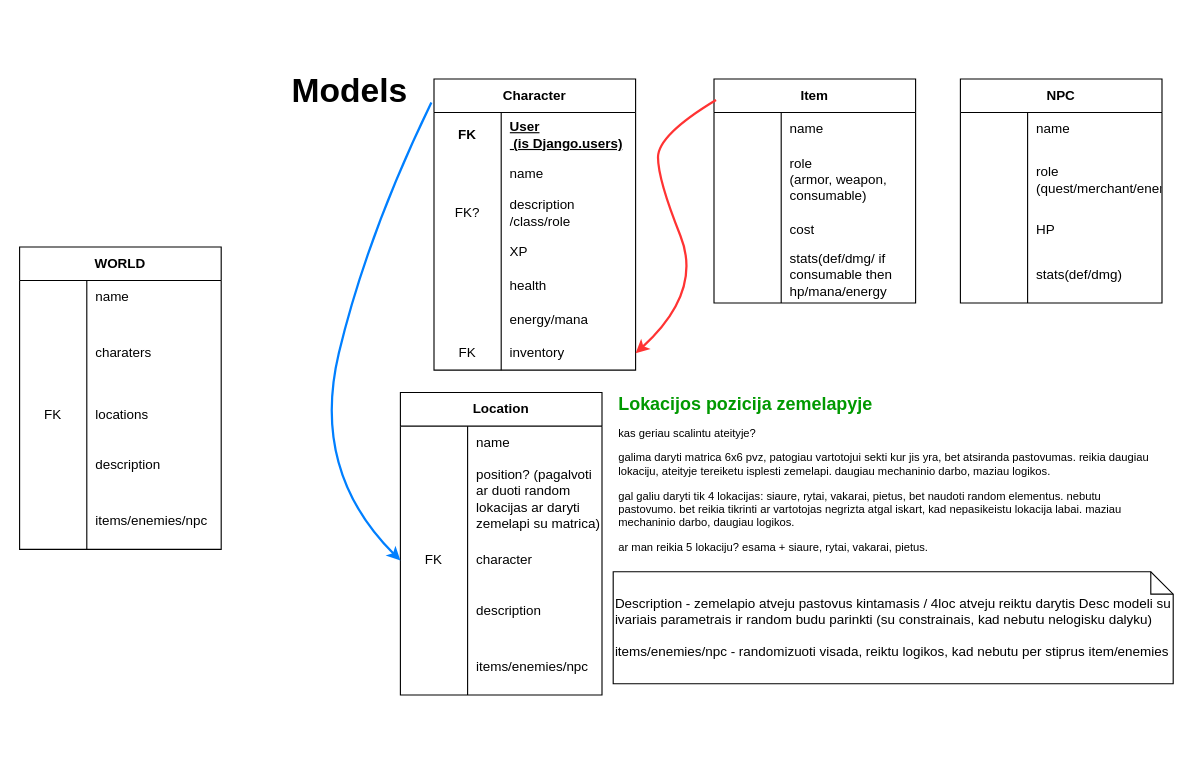
This is autoservisas/baigiamajam.drawio from trasher-is/autoservisas, a draw.io file, before an edit. Source tidied: cells renumbered, new cells numbered last; positions are measured from the earlier drawing's top-left corner, leaving out a move shared by most shapes. Both pictures are drawn from the tidied source at 112%, with x=0, y=0 at pixel (19, 67).
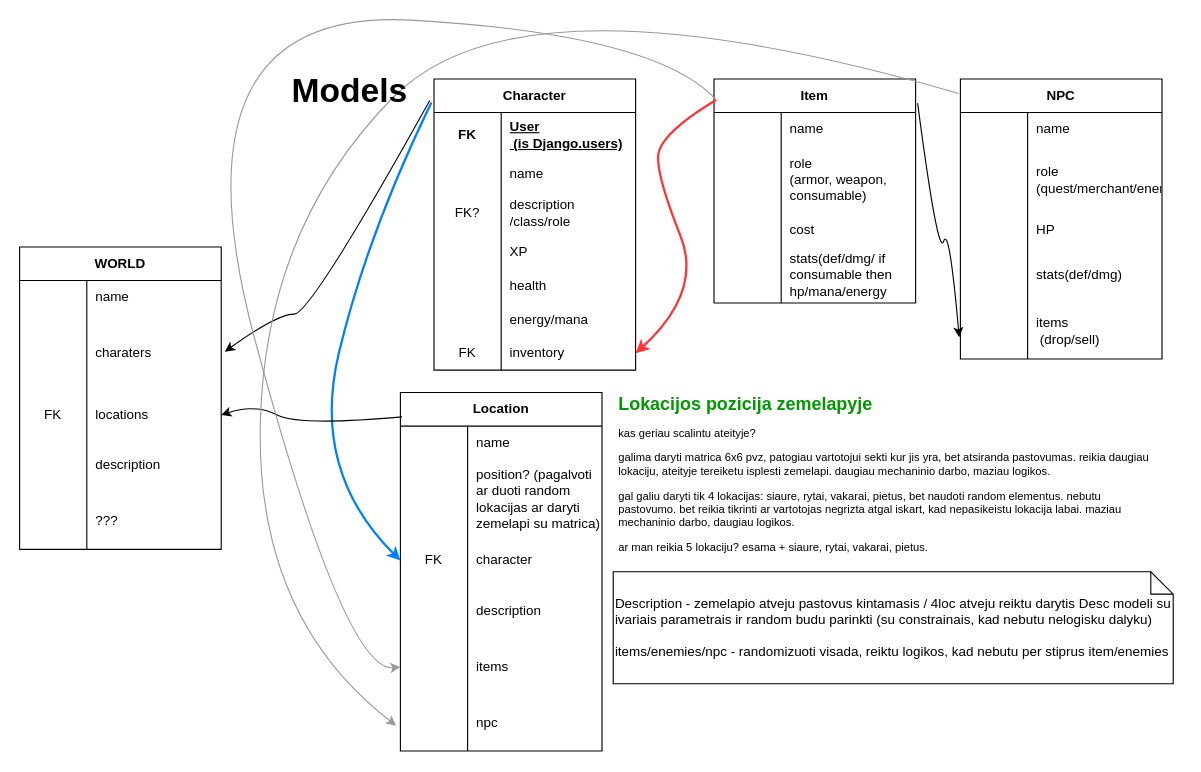
The same diagram, later.

The change refers to these unchanged cells:
```xml
<mxCell id="2" value="Character" style="shape=table;startSize=30;childLayout=tableLayout;rowLines=0;fontStyle=1;align=center;html=1;whiteSpace=wrap;points=[[0,0,0,0,0],[0,0.25,0,0,0],[0,0.5,0,0,0],[0,0.75,0,0,0],[0,1,0,0,0],[0.25,0,0,0,0],[0.25,1,0,0,0],[0.5,0,0,0,0],[0.5,1,0,0,0],[0.75,0,0,0,0],[0.75,1,0,0,0],[1,0,0,0,0],[1,0.25,0,0,0],[1,0.5,0,0,0],[1,0.75,0,0,0],[1,1,0,0,0]];" parent="1" vertex="1">
  <mxGeometry x="370" y="10" width="180" height="260" as="geometry" />
</mxCell>
<mxCell id="25" value="Item" style="shape=table;startSize=30;childLayout=tableLayout;rowLines=0;fontStyle=1;align=center;html=1;whiteSpace=wrap;points=[[0,0,0,0,0],[0,0.25,0,0,0],[0,0.5,0,0,0],[0,0.75,0,0,0],[0,1,0,0,0],[0.25,0,0,0,0],[0.25,1,0,0,0],[0.5,0,0,0,0],[0.5,1,0,0,0],[0.75,0,0,0,0],[0.75,1,0,0,0],[1,0,0,0,0],[1,0.25,0,0,0],[1,0.5,0,0,0],[1,0.75,0,0,0],[1,1,0,0,0]];" parent="1" vertex="1">
  <mxGeometry x="620" y="10" width="180" height="200" as="geometry" />
</mxCell>
<mxCell id="52" style="shape=tableRow;horizontal=0;startSize=0;swimlaneHead=0;swimlaneBody=0;fillColor=none;points=[[0,0.5],[1,0.5]];portConstraint=eastwest;top=0;left=0;right=0;bottom=0;html=1;" parent="39" vertex="1">
  <mxGeometry y="220" width="180" height="50" as="geometry" />
</mxCell>
<mxCell id="75" style="shape=tableRow;horizontal=0;startSize=0;swimlaneHead=0;swimlaneBody=0;fillColor=none;points=[[0,0.5],[1,0.5]];portConstraint=eastwest;top=0;left=0;right=0;bottom=0;html=1;" parent="71" vertex="1">
  <mxGeometry y="60" width="180" height="70" as="geometry" />
</mxCell>
<mxCell id="78" style="shape=tableRow;horizontal=0;startSize=0;swimlaneHead=0;swimlaneBody=0;fillColor=none;points=[[0,0.5],[1,0.5]];portConstraint=eastwest;top=0;left=0;right=0;bottom=0;html=1;" parent="71" vertex="1">
  <mxGeometry y="130" width="180" height="40" as="geometry" />
</mxCell>
<mxCell id="84" style="shape=tableRow;horizontal=0;startSize=0;swimlaneHead=0;swimlaneBody=0;fillColor=none;top=0;left=0;right=0;bottom=0;html=1;" parent="71" vertex="1">
  <mxGeometry y="220" width="180" height="50" as="geometry" />
</mxCell>
```

Change to the diagram source:
```diff
@@
-    <mxCell id="24" value="Models" style="text;html=1;strokeColor=none;fillColor=none;align=center;verticalAlign=middle;whiteSpace=wrap;rounded=0;fontSize=30;fontStyle=1;" parent="1" vertex="1">
-      <mxGeometry x="230" width="130" height="40" as="geometry" />
-    </mxCell>
@@
     <mxCell id="39" value="Location" style="shape=table;startSize=30;childLayout=tableLayout;rowLines=0;fontStyle=1;align=center;html=1;whiteSpace=wrap;points=[[0,0,0,0,0],[0,0.25,0,0,0],[0,0.5,0,0,0],[0,0.75,0,0,0],[0,1,0,0,0],[0.25,0,0,0,0],[0.25,1,0,0,0],[0.5,0,0,0,0],[0.5,1,0,0,0],[0.75,0,0,0,0],[0.75,1,0,0,0],[1,0,0,0,0],[1,0.25,0,0,0],[1,0.5,0,0,0],[1,0.75,0,0,0],[1,1,0,0,0]];" parent="1" vertex="1">
-      <mxGeometry x="340" y="290" width="180" height="270" as="geometry" />
+      <mxGeometry x="340" y="290" width="180" height="320" as="geometry" />
     </mxCell>
@@
-    <mxCell id="54" value="items/enemies/npc" style="shape=partialRectangle;fillColor=none;top=0;left=0;bottom=0;right=0;align=left;spacingLeft=6;overflow=hidden;html=1;whiteSpace=wrap;" parent="52" vertex="1">
+    <mxCell id="54" value="items" style="shape=partialRectangle;fillColor=none;top=0;left=0;bottom=0;right=0;align=left;spacingLeft=6;overflow=hidden;html=1;whiteSpace=wrap;" parent="52" vertex="1">
       <mxGeometry x="60" width="120" height="50" as="geometry" />
     </mxCell>
+    <mxCell id="87" style="shape=tableRow;horizontal=0;startSize=0;swimlaneHead=0;swimlaneBody=0;fillColor=none;points=[[0,0.5],[1,0.5]];portConstraint=eastwest;top=0;left=0;right=0;bottom=0;html=1;" parent="39" vertex="1">
+      <mxGeometry y="270" width="180" height="50" as="geometry" />
+    </mxCell>
+    <mxCell id="88" style="shape=partialRectangle;fillColor=none;top=0;left=0;bottom=0;right=0;overflow=hidden;html=1;whiteSpace=wrap;" parent="87" vertex="1">
+      <mxGeometry width="60" height="50" as="geometry" />
+    </mxCell>
+    <mxCell id="89" value="npc" style="shape=partialRectangle;fillColor=none;top=0;left=0;bottom=0;right=0;align=left;spacingLeft=6;overflow=hidden;html=1;whiteSpace=wrap;" parent="87" vertex="1">
+      <mxGeometry x="60" width="120" height="50" as="geometry" />
+    </mxCell>
@@
     <mxCell id="58" value="NPC" style="shape=table;startSize=30;childLayout=tableLayout;rowLines=0;fontStyle=1;align=center;html=1;whiteSpace=wrap;points=[[0,0,0,0,0],[0,0.25,0,0,0],[0,0.5,0,0,0],[0,0.75,0,0,0],[0,1,0,0,0],[0.25,0,0,0,0],[0.25,1,0,0,0],[0.5,0,0,0,0],[0.5,1,0,0,0],[0.75,0,0,0,0],[0.75,1,0,0,0],[1,0,0,0,0],[1,0.25,0,0,0],[1,0.5,0,0,0],[1,0.75,0,0,0],[1,1,0,0,0]];" parent="1" vertex="1">
-      <mxGeometry x="840" y="10" width="180" height="200" as="geometry" />
+      <mxGeometry x="840" y="10" width="180" height="250" as="geometry" />
     </mxCell>
@@
+    <mxCell id="90" style="shape=tableRow;horizontal=0;startSize=0;swimlaneHead=0;swimlaneBody=0;fillColor=none;points=[[0,0.5],[1,0.5]];portConstraint=eastwest;top=0;left=0;right=0;bottom=0;html=1;" parent="58" vertex="1">
+      <mxGeometry y="200" width="180" height="50" as="geometry" />
+    </mxCell>
+    <mxCell id="91" style="shape=partialRectangle;fillColor=none;top=0;left=0;bottom=0;right=0;overflow=hidden;html=1;whiteSpace=wrap;" parent="90" vertex="1">
+      <mxGeometry width="60" height="50" as="geometry" />
+    </mxCell>
+    <mxCell id="92" value="&lt;div&gt;items&lt;/div&gt;&amp;nbsp;(drop/sell)" style="shape=partialRectangle;fillColor=none;top=0;left=0;bottom=0;right=0;align=left;spacingLeft=6;overflow=hidden;html=1;whiteSpace=wrap;" parent="90" vertex="1">
+      <mxGeometry x="60" width="120" height="50" as="geometry" />
+    </mxCell>
@@
-    <mxCell id="86" value="items/enemies/npc" style="shape=partialRectangle;fillColor=none;top=0;left=0;bottom=0;right=0;align=left;spacingLeft=6;overflow=hidden;html=1;whiteSpace=wrap;" parent="84" vertex="1">
+    <mxCell id="86" value="???" style="shape=partialRectangle;fillColor=none;top=0;left=0;bottom=0;right=0;align=left;spacingLeft=6;overflow=hidden;html=1;whiteSpace=wrap;" parent="84" vertex="1">
       <mxGeometry x="60" width="120" height="50" as="geometry" />
     </mxCell>
+    <mxCell id="93" style="curved=1;endArrow=classic;html=1;rounded=0;exitX=-0.021;exitY=0.074;exitDx=0;exitDy=0;exitPerimeter=0;entryX=1.018;entryY=0.479;entryDx=0;entryDy=0;entryPerimeter=0;" parent="1" edge="1" source="2" target="75">
+      <mxGeometry relative="1" as="geometry">
+        <Array as="points">
+          <mxPoint x="260" y="220" />
+          <mxPoint x="230" y="220" />
+        </Array>
+      </mxGeometry>
+    </mxCell>
+    <mxCell id="94" style="curved=1;endArrow=classic;html=1;rounded=0;exitX=0.008;exitY=0.068;exitDx=0;exitDy=0;exitPerimeter=0;entryX=1;entryY=0.5;entryDx=0;entryDy=0;" parent="1" edge="1" source="39" target="78">
+      <mxGeometry relative="1" as="geometry">
+        <Array as="points">
+          <mxPoint x="250" y="320" />
+          <mxPoint x="210" y="300" />
+        </Array>
+      </mxGeometry>
+    </mxCell>
+    <mxCell id="95" style="curved=1;endArrow=classic;html=1;rounded=0;exitX=1.01;exitY=0.108;exitDx=0;exitDy=0;exitPerimeter=0;entryX=-0.006;entryY=0.613;entryDx=0;entryDy=0;entryPerimeter=0;" parent="1" edge="1" source="25" target="90">
+      <mxGeometry relative="1" as="geometry">
+        <Array as="points">
+          <mxPoint x="820" y="170" />
+          <mxPoint x="830" y="140" />
+        </Array>
+      </mxGeometry>
+    </mxCell>
+    <mxCell id="96" style="curved=1;endArrow=classic;html=1;rounded=0;entryX=0;entryY=0.5;entryDx=0;entryDy=0;exitX=0.013;exitY=0.096;exitDx=0;exitDy=0;exitPerimeter=0;strokeColor=#999999;" parent="1" edge="1" source="25" target="52">
+      <mxGeometry relative="1" as="geometry">
+        <Array as="points">
+          <mxPoint x="570" y="-30" />
+          <mxPoint x="130" y="-55" />
+          <mxPoint x="290" y="540" />
+        </Array>
+      </mxGeometry>
+    </mxCell>
+    <mxCell id="97" style="curved=1;endArrow=classic;html=1;rounded=0;exitX=-0.008;exitY=0.052;exitDx=0;exitDy=0;exitPerimeter=0;entryX=-0.021;entryY=0.547;entryDx=0;entryDy=0;entryPerimeter=0;strokeColor=#999999;" parent="1" edge="1" source="58" target="87">
+      <mxGeometry relative="1" as="geometry">
+        <Array as="points">
+          <mxPoint x="450" y="-90" />
+          <mxPoint x="220" y="140" />
+          <mxPoint x="210" y="490" />
+        </Array>
+      </mxGeometry>
+    </mxCell>
+    <mxCell id="24" value="Models" style="text;html=1;strokeColor=none;fillColor=none;align=center;verticalAlign=middle;whiteSpace=wrap;rounded=0;fontSize=30;fontStyle=1;" parent="1" vertex="1">
+      <mxGeometry x="230" width="130" height="40" as="geometry" />
+    </mxCell>
```
